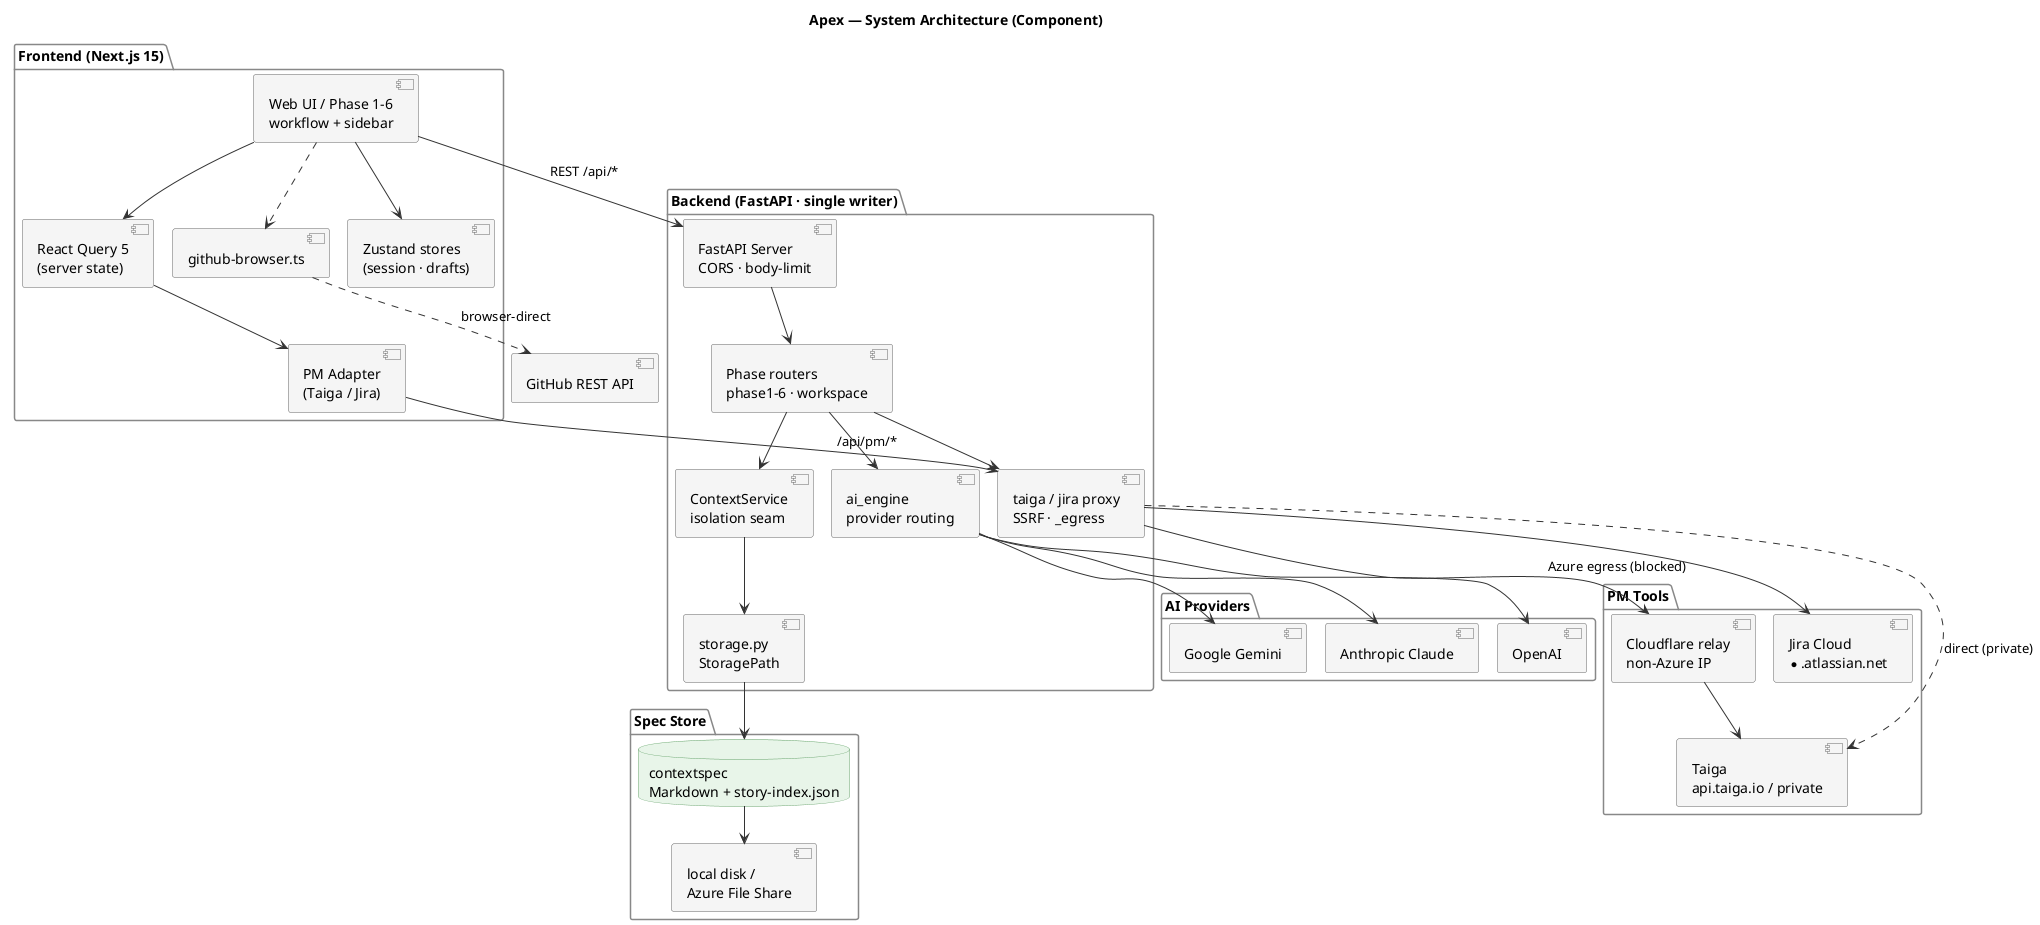
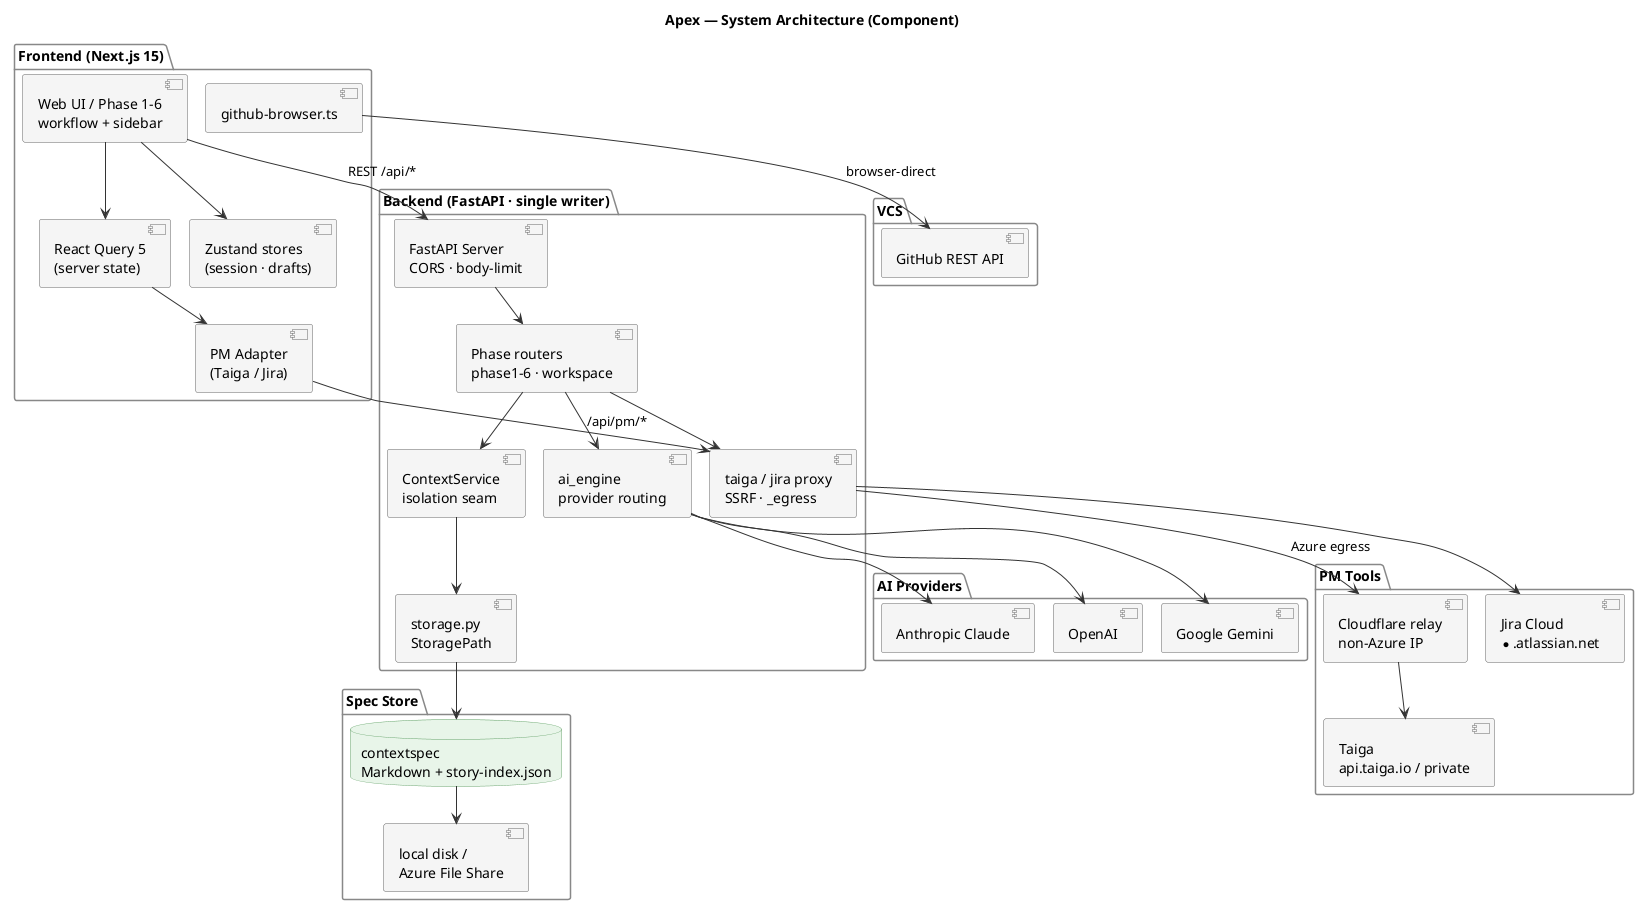
@startuml
!pragma layout smetana
title Apex — System Architecture (Component)

skinparam backgroundColor #FFFFFF
skinparam shadowing false
skinparam componentStyle uml2
+ skinparam linetype ortho
+ skinparam nodesep 30
+ skinparam ranksep 55
skinparam component {
  BorderColor #666666
  BackgroundColor #F5F5F5
}
skinparam package {
  BorderColor #888888
  BackgroundColor #FFFFFF
}
skinparam ArrowColor #333333
skinparam databaseBackgroundColor #E8F5E9
skinparam databaseBorderColor #66A36B

- package "Frontend (Next.js 15)" {
+ package "Frontend (Next.js 15)" as FEP {
  [Web UI / Phase 1–6\nworkflow + sidebar] as UI
  [React Query 5\n(server state)] as RQ
  [Zustand stores\n(session · drafts)] as ZS
  [PM Adapter\n(Taiga / Jira)] as PMA
  [github-browser.ts] as GHB
}

- package "Backend (FastAPI · single writer)" {
+ package "Backend (FastAPI · single writer)" as BEP {
  [FastAPI Server\nCORS · body-limit] as API
  [Phase routers\nphase1–6 · workspace] as RT
  [ContextService\nisolation seam] as CS
+   [storage.py\nStoragePath] as STG
  [ai_engine\nprovider routing] as AIE
  [taiga / jira proxy\nSSRF · _egress] as PROX
-   [storage.py\nStoragePath] as STG
}

- package "AI Providers" {
+ package "Spec Store" as SSP {
+   database "contextspec\nMarkdown + story-index.json" as STORE
+   [local disk /\nAzure File Share] as FSS
+ }
+ 
+ package "AI Providers" as AIP {
  [Anthropic Claude] as CL
  [OpenAI] as OAI
  [Google Gemini] as GEM
}

- package "PM Tools" {
+ package "PM Tools" as PMP {
  [Cloudflare relay\nnon-Azure IP] as RLY
  [Taiga\napi.taiga.io / private] as TG
  [Jira Cloud\n*.atlassian.net] as JR
}

- package "Spec Store" {
-   database "contextspec\nMarkdown + story-index.json" as STORE
-   [local disk /\nAzure File Share] as FSS
+ package "VCS" as VCSP {
+   [GitHub REST API] as GH
}
- 
- [GitHub REST API] as GH

' ---- frontend internal ----
UI --> RQ
+ UI --> ZS
RQ --> PMA
- UI --> ZS
- UI ..> GHB

- ' ---- frontend → backend ----
+ ' ---- frontend -> backend / external ----
+ UI --> API : REST /api/*
PMA --> PROX : /api/pm/*
- UI --> API : REST /api/*
+ GHB --> GH : browser-direct

' ---- backend internal ----
API --> RT
RT --> CS
RT --> AIE
RT --> PROX
CS --> STG

- ' ---- backend → external ----
+ ' ---- backend -> external (one direction, downward) ----
+ STG --> STORE
+ STORE --> FSS
AIE --> CL
AIE --> OAI
AIE --> GEM
- PROX --> RLY : Azure egress (blocked)
+ PROX --> RLY : Azure egress
RLY --> TG
- PROX ..> TG : direct (private)
PROX --> JR
- STG --> STORE
- STORE --> FSS
- GHB ..> GH : browser-direct

@enduml
